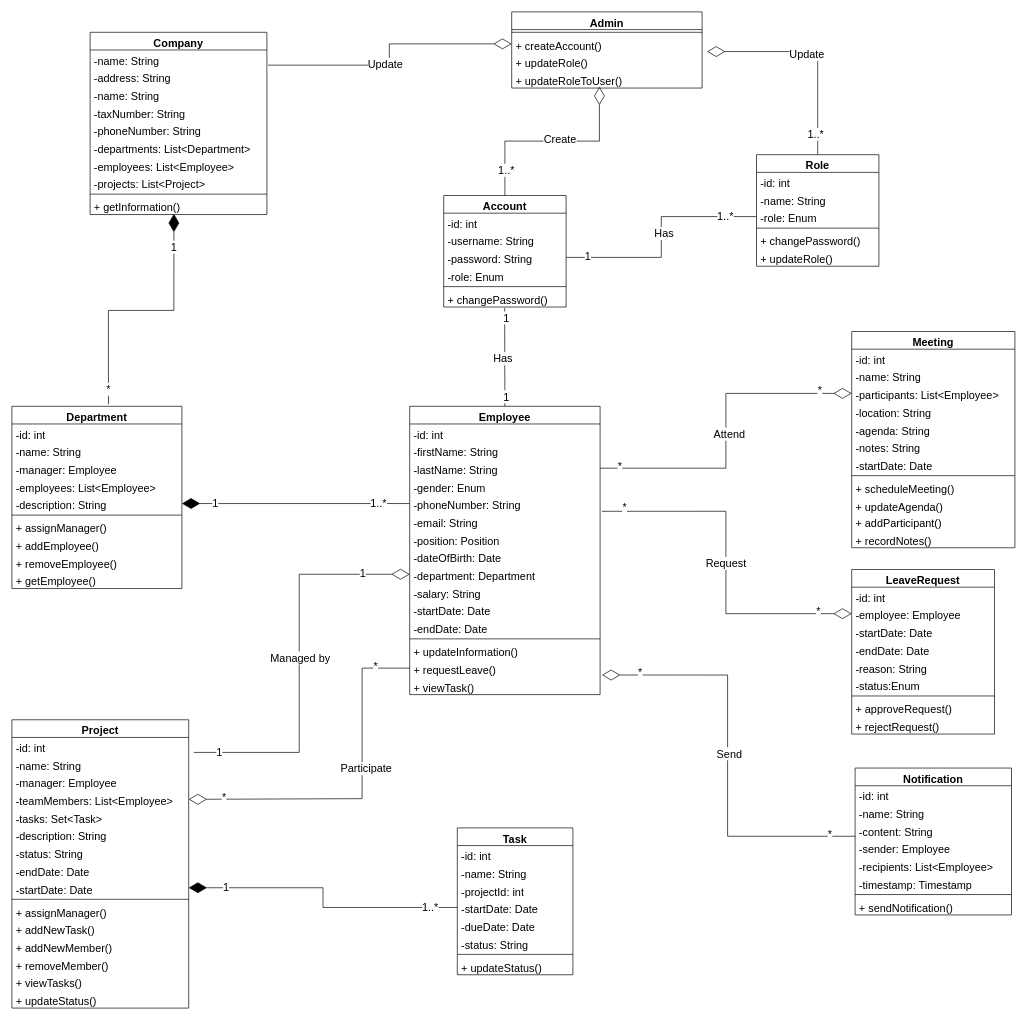
The draw.io diagram Company-management.drawio in Jason1420/company_management, before the edit. Source tidied: cells renumbered, new cells numbered last; positions are measured from the earlier drawing's top-left corner, leaving out a move shared by most shapes. Both pictures are drawn from the tidied source at 68%, with x=0, y=0 at pixel (12, 12).
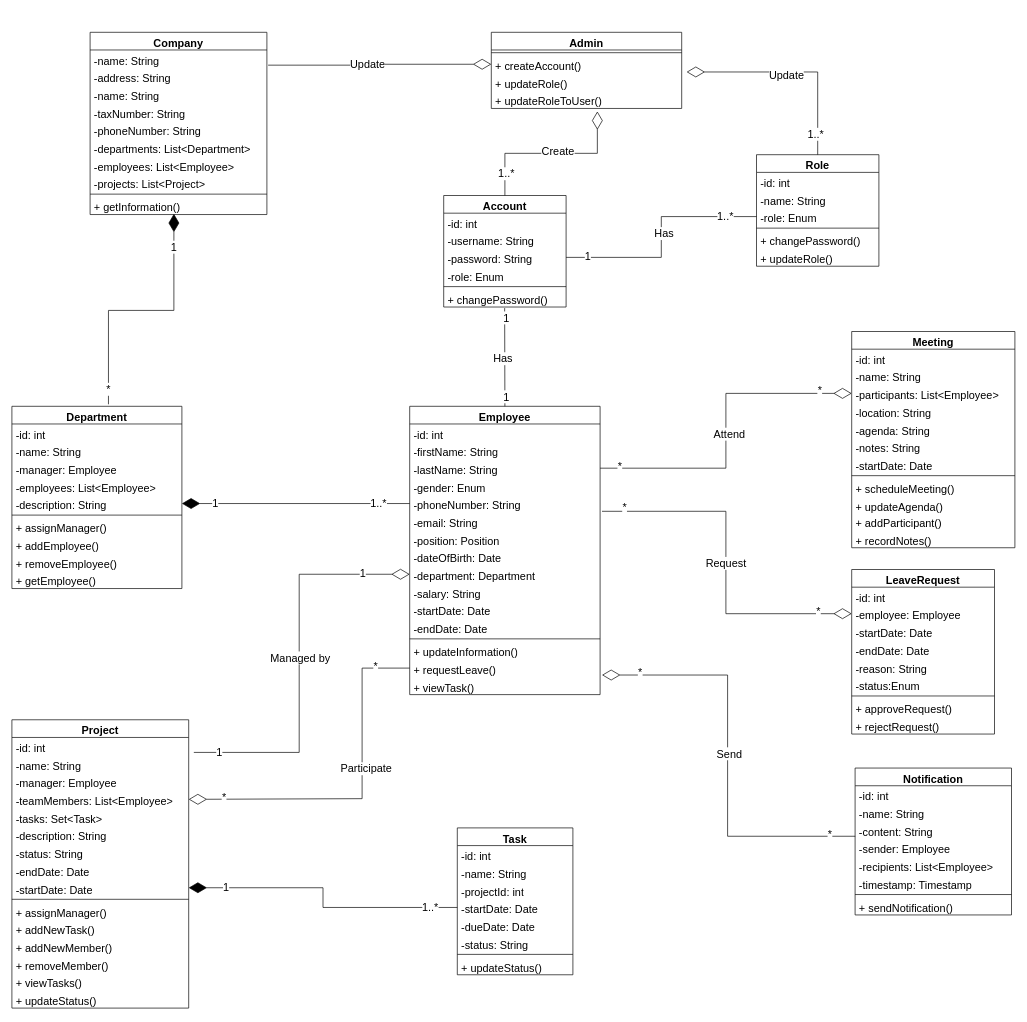
After the change.

Unchanged cells that the change refers to:
```xml
<mxCell id="13" value="Account" style="swimlane;fontStyle=1;align=center;verticalAlign=top;horizontal=1;startSize=26;whiteSpace=wrap;html=1;fontSize=16;" parent="1" vertex="1">
  <mxGeometry x="635" y="270" width="180" height="164" as="geometry" />
</mxCell>
<mxCell id="110" value="+ updateRoleToUser()" style="text;strokeColor=none;fillColor=none;align=left;verticalAlign=top;spacingLeft=4;spacingRight=4;overflow=hidden;points=[[0,0.5],[1,0.5]];portConstraint=eastwest;whiteSpace=wrap;html=1;fontSize=16;" parent="106" vertex="1">
  <mxGeometry y="86" width="280" height="26" as="geometry" />
</mxCell>
```

Change to the diagram source:
```diff
@@
     <mxCell id="106" value="Admin" style="swimlane;fontStyle=1;align=center;verticalAlign=top;horizontal=1;startSize=26;whiteSpace=wrap;html=1;fontSize=16;" parent="1" vertex="1">
-      <mxGeometry x="735" width="280" height="112" as="geometry" />
+      <mxGeometry x="705" y="30" width="280" height="112" as="geometry" />
     </mxCell>
@@
-    <mxCell id="111" style="endArrow=diamondThin;endFill=0;endSize=24;html=1;rounded=0;fontSize=12;exitX=0.5;exitY=0;exitDx=0;exitDy=0;edgeStyle=elbowEdgeStyle;elbow=vertical;" parent="1" edge="1" source="13">
-      <mxGeometry relative="1" as="geometry">
-        <mxPoint x="864" y="110" as="targetPoint" />
-      </mxGeometry>
+    <mxCell id="111" style="endArrow=diamondThin;endFill=0;endSize=24;html=1;rounded=0;fontSize=12;exitX=0.5;exitY=0;exitDx=0;exitDy=0;edgeStyle=elbowEdgeStyle;elbow=vertical;entryX=0.557;entryY=1.167;entryDx=0;entryDy=0;entryPerimeter=0;" parent="1" edge="1" source="13" target="110">
+      <mxGeometry relative="1" as="geometry" />
     </mxCell>
```
